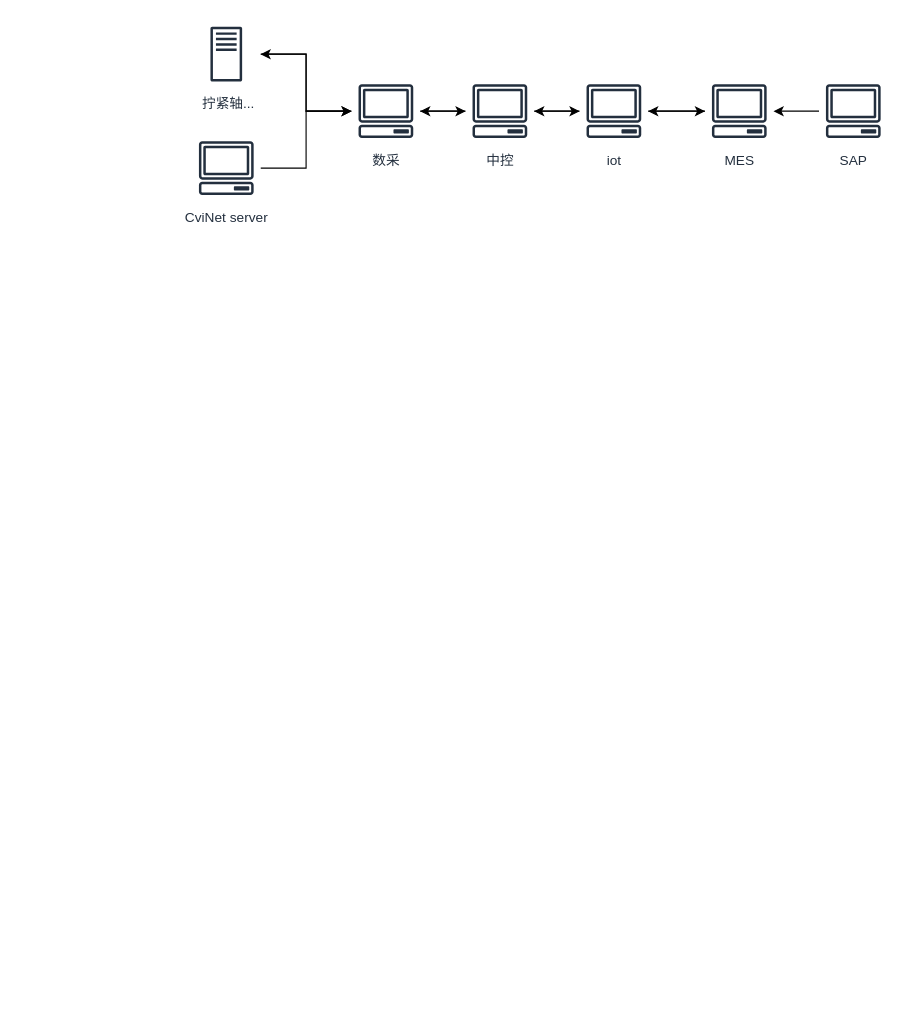
Before: page "拧紧数据流架构图" (20 of 21) of 未命名绘图.drawio in xudingqiang/helloSpring, a draw.io diagram. Source tidied: cells renumbered, new cells numbered last; positions are measured from the earlier drawing's top-left corner, leaving out a move shared by most shapes. Both pictures are drawn from the tidied source at 114%, with x=0, y=0 at pixel (192, 19). Pictures stored in the file or linked from it are replaced by grey dashed boxes.
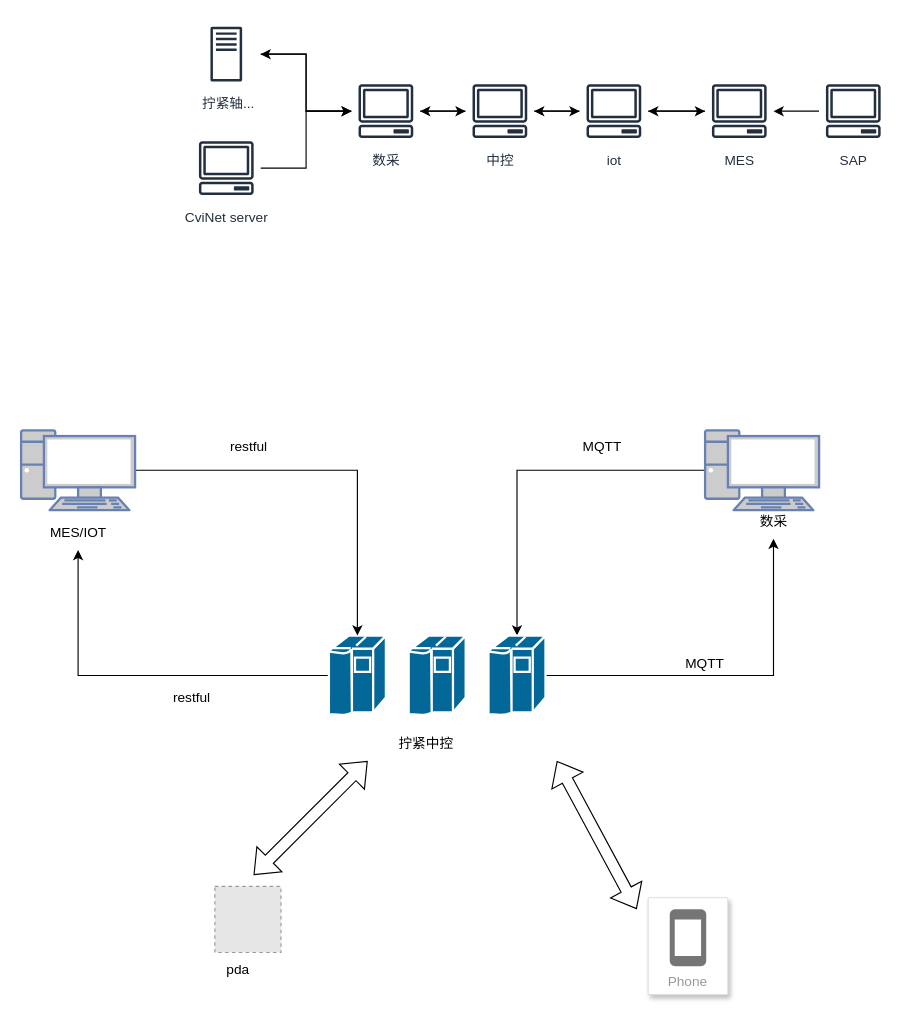
After the change.

Commit message:
更新未命名绘图.drawio

Diff of the diagram source:
```diff
@@
+    <mxCell id="19" style="edgeStyle=orthogonalEdgeStyle;rounded=0;jettySize=auto;html=1;" parent="1" edge="1" source="20" target="30">
+      <mxGeometry relative="1" as="geometry" />
+    </mxCell>
+    <mxCell id="20" style="shape=mxgraph.cisco.computers_and_peripherals.ibm_mainframe;html=1;dashed=0;fillColor=#036897;strokeColor=#ffffff;strokeWidth=2;verticalLabelPosition=bottom;verticalAlign=top;align=center;outlineConnect=0;" parent="1" vertex="1">
+      <mxGeometry x="120" y="540" width="50" height="70" as="geometry" />
+    </mxCell>
+    <mxCell id="21" value="拧紧中控" style="text;html=1;align=center;verticalAlign=middle;strokeColor=none;fillColor=none;" parent="1" vertex="1">
+      <mxGeometry x="170" y="620" width="70" height="30" as="geometry" />
+    </mxCell>
+    <mxCell id="22" style="edgeStyle=orthogonalEdgeStyle;rounded=0;jettySize=auto;html=1;" parent="1" edge="1" source="23" target="26">
+      <mxGeometry relative="1" as="geometry" />
+    </mxCell>
+    <mxCell id="23" style="fontColor=#0066CC;verticalAlign=top;verticalLabelPosition=bottom;labelPosition=center;align=center;html=1;outlineConnect=0;fillColor=#CCCCCC;strokeColor=#6881B3;gradientColor=none;gradientDirection=north;strokeWidth=2;shape=mxgraph.networks.pc;" parent="1" vertex="1">
+      <mxGeometry x="450" y="360" width="100" height="70" as="geometry" />
+    </mxCell>
+    <mxCell id="24" style="shape=mxgraph.cisco.computers_and_peripherals.ibm_mainframe;html=1;dashed=0;fillColor=#036897;strokeColor=#ffffff;strokeWidth=2;verticalLabelPosition=bottom;verticalAlign=top;align=center;" parent="1" vertex="1">
+      <mxGeometry x="190" y="540" width="50" height="70" as="geometry" />
+    </mxCell>
+    <mxCell id="25" style="edgeStyle=orthogonalEdgeStyle;rounded=0;jettySize=auto;html=1;" parent="1" edge="1" source="26" target="27">
+      <mxGeometry relative="1" as="geometry" />
+    </mxCell>
+    <mxCell id="26" style="shape=mxgraph.cisco.computers_and_peripherals.ibm_mainframe;html=1;dashed=0;fillColor=#036897;strokeColor=#ffffff;strokeWidth=2;verticalLabelPosition=bottom;verticalAlign=top;align=center;outlineConnect=0;" parent="1" vertex="1">
+      <mxGeometry x="260" y="540" width="50" height="70" as="geometry" />
+    </mxCell>
+    <mxCell id="27" value="数采" style="text;html=1;align=center;verticalAlign=middle;points=[];strokeColor=none;fillColor=none;" parent="1" vertex="1">
+      <mxGeometry x="485" y="425" width="50" height="30" as="geometry" />
+    </mxCell>
+    <mxCell id="28" style="edgeStyle=orthogonalEdgeStyle;rounded=0;jettySize=auto;html=1;" parent="1" edge="1" source="29" target="20">
+      <mxGeometry relative="1" as="geometry" />
+    </mxCell>
+    <mxCell id="29" style="fontColor=#0066CC;verticalAlign=top;verticalLabelPosition=bottom;labelPosition=center;align=center;html=1;outlineConnect=0;fillColor=#CCCCCC;strokeColor=#6881B3;gradientColor=none;gradientDirection=north;strokeWidth=2;shape=mxgraph.networks.pc;" parent="1" vertex="1">
+      <mxGeometry x="-150" y="360" width="100" height="70" as="geometry" />
+    </mxCell>
+    <mxCell id="30" value="MES/IOT" style="text;html=1;align=center;verticalAlign=middle;points=[];strokeColor=none;fillColor=none;" parent="1" vertex="1">
+      <mxGeometry x="-135" y="435" width="70" height="30" as="geometry" />
+    </mxCell>
+    <mxCell id="31" value="MQTT" style="text;html=1;strokeColor=none;fillColor=none;align=center;verticalAlign=middle;whiteSpace=wrap;rounded=0;" parent="1" vertex="1">
+      <mxGeometry x="420" y="550" width="60" height="30" as="geometry" />
+    </mxCell>
+    <mxCell id="32" value="MQTT" style="text;html=1;strokeColor=none;fillColor=none;align=center;verticalAlign=middle;whiteSpace=wrap;rounded=0;" parent="1" vertex="1">
+      <mxGeometry x="330" y="360" width="60" height="30" as="geometry" />
+    </mxCell>
+    <mxCell id="33" value="restful" style="text;html=1;strokeColor=none;fillColor=none;align=center;verticalAlign=middle;whiteSpace=wrap;rounded=0;" parent="1" vertex="1">
+      <mxGeometry x="-30" y="580" width="60" height="30" as="geometry" />
+    </mxCell>
+    <mxCell id="34" value="restful" style="text;html=1;strokeColor=none;fillColor=none;align=center;verticalAlign=middle;whiteSpace=wrap;rounded=0;" parent="1" vertex="1">
+      <mxGeometry x="20" y="360" width="60" height="30" as="geometry" />
+    </mxCell>
+    <mxCell id="35" style="fillColor=#E6E6E6;strokeColor=#999999;dashed=1;html=1;verticalAlign=top;verticalLabelPosition=bottom;labelBackgroundColor=#ffffff;" parent="1" vertex="1">
+      <mxGeometry x="20" y="760" width="58" height="58" as="geometry" />
+    </mxCell>
+    <mxCell id="36" value="pda" style="text;html=1;align=center;verticalAlign=middle;strokeColor=none;fillColor=none;" parent="1" vertex="1">
+      <mxGeometry x="20" y="818" width="40" height="30" as="geometry" />
+    </mxCell>
+    <mxCell id="37" value="Phone" style="strokeColor=#dddddd;shadow=1;strokeWidth=1;rounded=1;absoluteArcSize=1;arcSize=2;labelPosition=center;verticalLabelPosition=middle;align=center;verticalAlign=bottom;spacingLeft=0;fontColor=#999999;fontSize=12;whiteSpace=wrap;spacingBottom=2;html=1;" parent="1" vertex="1">
+      <mxGeometry x="400" y="770" width="70" height="85" as="geometry" />
+    </mxCell>
+    <mxCell id="38" style="sketch=0;dashed=0;html=1;fillColor=#757575;strokeColor=none;shape=mxgraph.gcp2.phone;" parent="37" vertex="1">
+      <mxGeometry x="0.5" width="32" height="50" relative="1" as="geometry">
+        <mxPoint x="-16" y="10" as="offset" />
+      </mxGeometry>
+    </mxCell>
+    <mxCell id="39" style="shape=flexArrow;endArrow=classic;startArrow=classic;html=1;rounded=0;" parent="1" edge="1">
+      <mxGeometry relative="1" as="geometry">
+        <mxPoint x="54" y="750" as="sourcePoint" />
+        <mxPoint x="154" y="650" as="targetPoint" />
+      </mxGeometry>
+    </mxCell>
+    <mxCell id="40" style="shape=flexArrow;endArrow=classic;startArrow=classic;html=1;rounded=0;" parent="1" edge="1">
+      <mxGeometry relative="1" as="geometry">
+        <mxPoint x="390" y="780" as="sourcePoint" />
+        <mxPoint x="320" y="650" as="targetPoint" />
+      </mxGeometry>
+    </mxCell>
```
